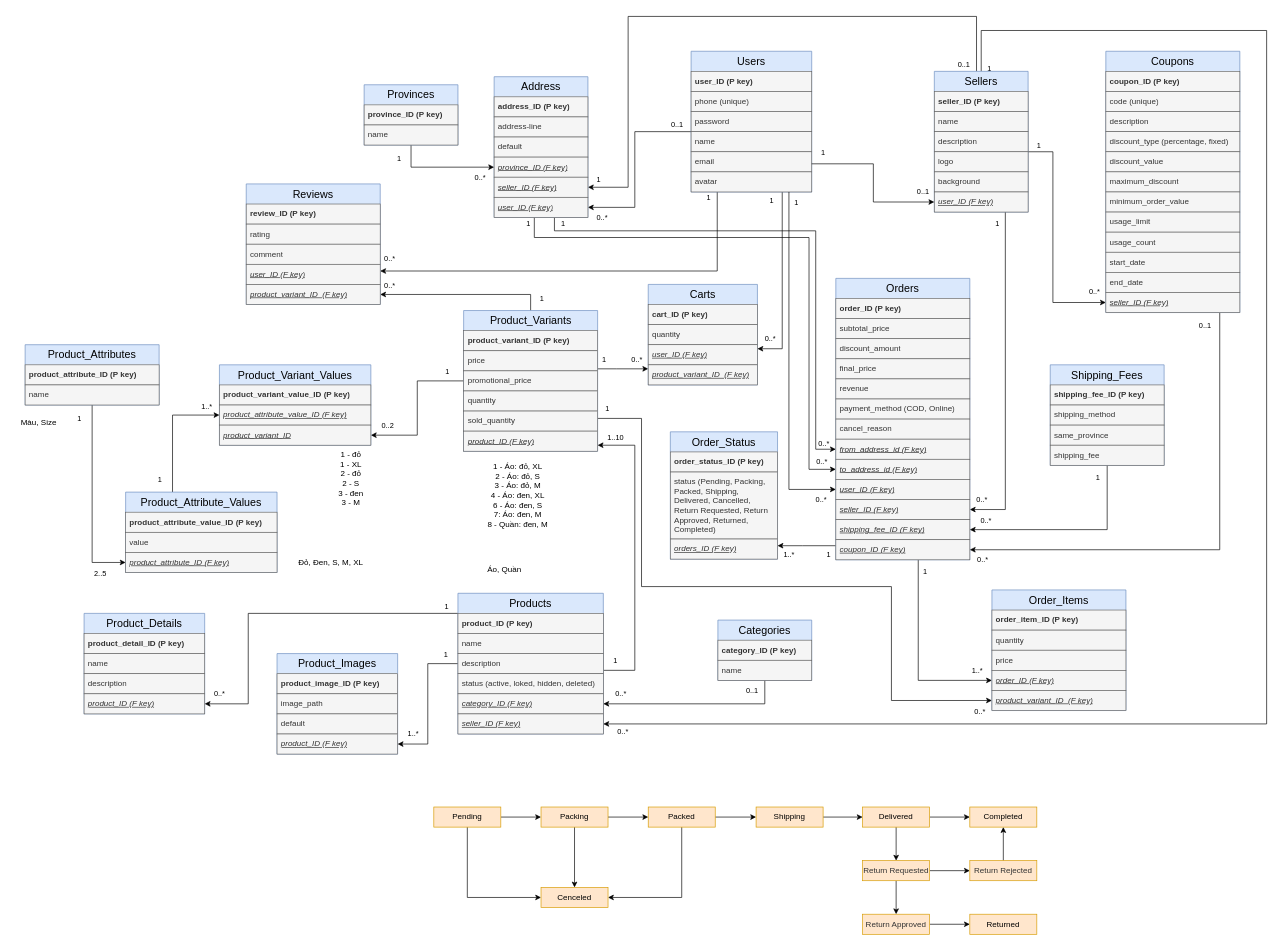
Before: document/database.drawio in thanhba0505/shoplands, a draw.io diagram. Source tidied: cells renumbered, new cells numbered last; positions are measured from the earlier drawing's top-left corner, leaving out a move shared by most shapes. Both pictures are drawn from the tidied source at 67%, with x=0, y=0 at pixel (11, 16).
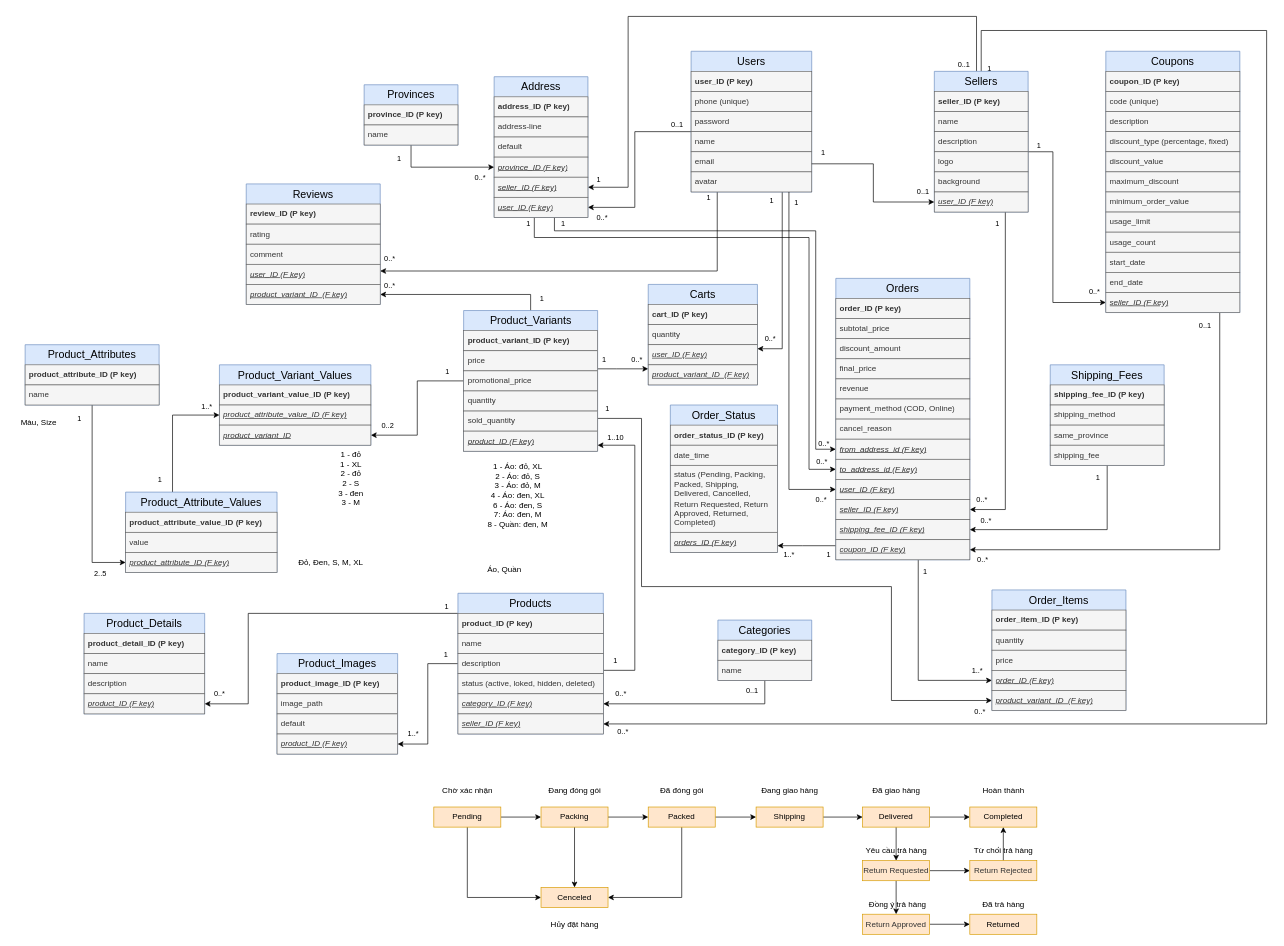
After the change.

The edit, as a diff of the source:
```diff
@@
     <mxCell id="184" value="Order_Status" style="swimlane;fontStyle=0;horizontal=1;startSize=30;whiteSpace=wrap;html=1;fillColor=#dae8fc;strokeColor=#6c8ebf;fontSize=16;swimlaneLine=0;" parent="1" vertex="1">
-      <mxGeometry x="983" y="620" width="160" height="190" as="geometry" />
+      <mxGeometry x="983" y="580" width="160" height="220" as="geometry" />
     </mxCell>
@@
+    <mxCell id="224" value="date_time" style="text;strokeColor=#666666;fillColor=#f5f5f5;align=left;verticalAlign=middle;spacingLeft=4;spacingRight=4;overflow=hidden;whiteSpace=wrap;html=1;fontColor=#333333;swimlaneLine=0;" parent="184" vertex="1">
+      <mxGeometry y="60" width="160" height="30" as="geometry" />
+    </mxCell>
     <mxCell id="186" value="status (Pending, Packing, Packed, Shipping, Delivered, Cancelled, Return Requested, Return Approved, Returned, Completed)" style="text;strokeColor=#666666;fillColor=#f5f5f5;align=left;verticalAlign=middle;spacingLeft=4;spacingRight=4;overflow=hidden;whiteSpace=wrap;html=1;fontColor=#333333;swimlaneLine=0;" parent="184" vertex="1">
-      <mxGeometry y="60" width="160" height="100" as="geometry" />
+      <mxGeometry y="90" width="160" height="100" as="geometry" />
     </mxCell>
     <mxCell id="187" value="orders_ID (F key)" style="text;strokeColor=#666666;fillColor=#f5f5f5;align=left;verticalAlign=middle;spacingLeft=4;spacingRight=4;overflow=hidden;points=[[0,0.5],[1,0.5]];portConstraint=eastwest;whiteSpace=wrap;html=1;fontColor=#333333;fontStyle=6;swimlaneLine=0;" parent="184" vertex="1">
-      <mxGeometry y="160" width="160" height="30" as="geometry" />
+      <mxGeometry y="190" width="160" height="30" as="geometry" />
     </mxCell>
@@
+    <mxCell id="225" value="Chờ xác nhận" style="text;html=1;align=center;verticalAlign=middle;strokeColor=none;fillColor=none;" parent="1" vertex="1">
+      <mxGeometry x="630" y="1140" width="100" height="30" as="geometry" />
+    </mxCell>
+    <mxCell id="226" value="Đang đóng gói" style="text;html=1;align=center;verticalAlign=middle;strokeColor=none;fillColor=none;" parent="1" vertex="1">
+      <mxGeometry x="790" y="1140" width="100" height="30" as="geometry" />
+    </mxCell>
+    <mxCell id="227" value="Đã đóng gói" style="text;html=1;align=center;verticalAlign=middle;strokeColor=none;fillColor=none;" parent="1" vertex="1">
+      <mxGeometry x="955" y="1140" width="90" height="30" as="geometry" />
+    </mxCell>
+    <mxCell id="228" value="Đang giao hàng" style="text;html=1;align=center;verticalAlign=middle;strokeColor=none;fillColor=none;" parent="1" vertex="1">
+      <mxGeometry x="1106" y="1140" width="110" height="30" as="geometry" />
+    </mxCell>
+    <mxCell id="229" value="Đã giao hàng" style="text;html=1;align=center;verticalAlign=middle;strokeColor=none;fillColor=none;" parent="1" vertex="1">
+      <mxGeometry x="1275" y="1140" width="90" height="30" as="geometry" />
+    </mxCell>
+    <mxCell id="230" value="Hoàn thành" style="text;html=1;align=center;verticalAlign=middle;strokeColor=none;fillColor=none;" parent="1" vertex="1">
+      <mxGeometry x="1435" y="1140" width="90" height="30" as="geometry" />
+    </mxCell>
+    <mxCell id="231" value="Yêu cầu trả hàng" style="text;html=1;align=center;verticalAlign=middle;strokeColor=none;fillColor=none;" parent="1" vertex="1">
+      <mxGeometry x="1265" y="1230" width="110" height="30" as="geometry" />
+    </mxCell>
+    <mxCell id="232" value="Đồng ý trả hàng" style="text;html=1;align=center;verticalAlign=middle;strokeColor=none;fillColor=none;" parent="1" vertex="1">
+      <mxGeometry x="1267" y="1310" width="110" height="30" as="geometry" />
+    </mxCell>
+    <mxCell id="233" value="Từ chối trả hàng" style="text;html=1;align=center;verticalAlign=middle;strokeColor=none;fillColor=none;" parent="1" vertex="1">
+      <mxGeometry x="1425" y="1230" width="110" height="30" as="geometry" />
+    </mxCell>
+    <mxCell id="234" value="Đã trả hàng" style="text;html=1;align=center;verticalAlign=middle;strokeColor=none;fillColor=none;" parent="1" vertex="1">
+      <mxGeometry x="1435" y="1310" width="90" height="30" as="geometry" />
+    </mxCell>
+    <mxCell id="235" value="Hủy đặt hàng" style="text;html=1;align=center;verticalAlign=middle;strokeColor=none;fillColor=none;" parent="1" vertex="1">
+      <mxGeometry x="795" y="1340" width="90" height="30" as="geometry" />
+    </mxCell>
```
